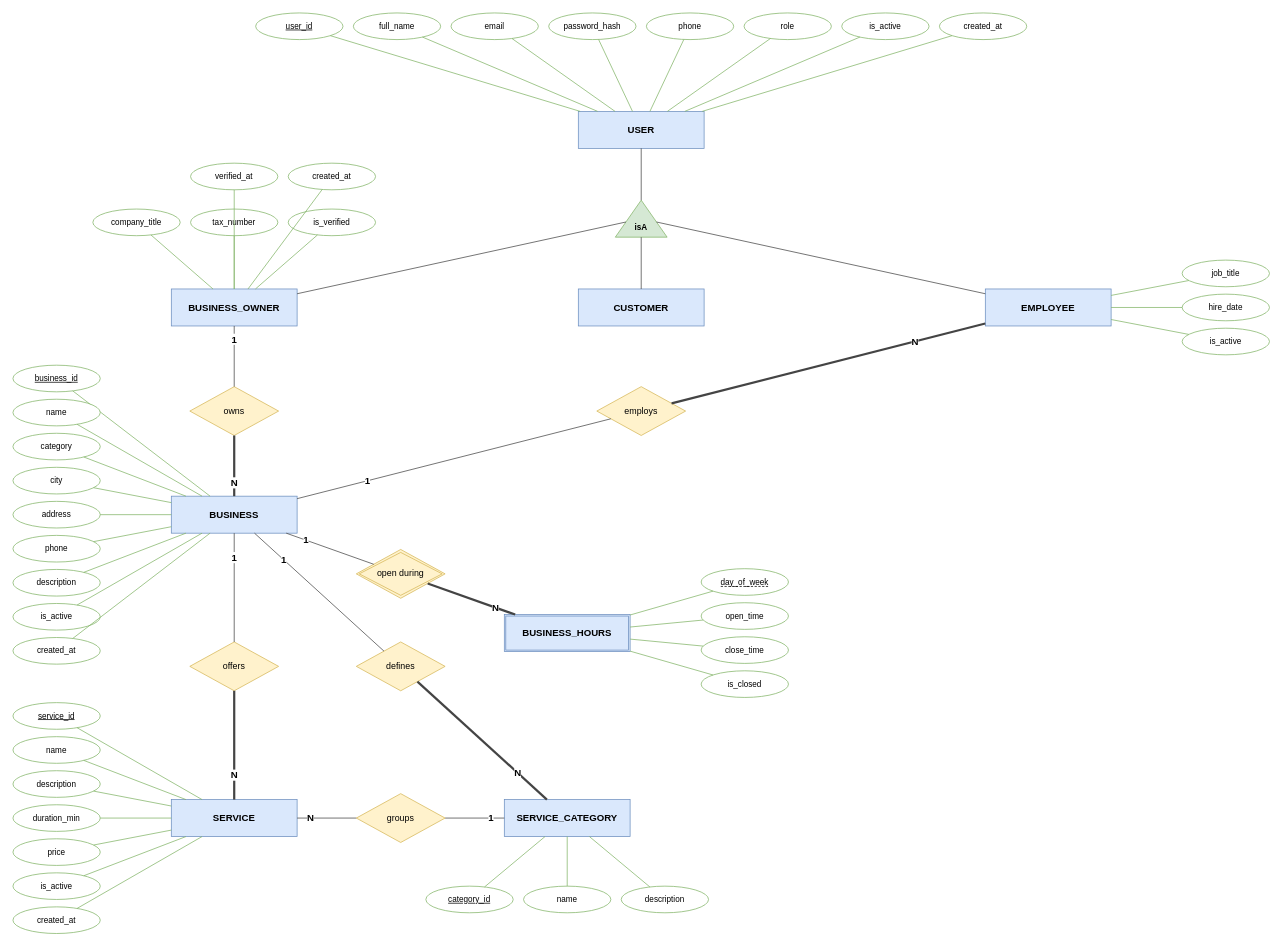
Above: page "1b Users, businesses, services" (2 of 5) of docs/milestone2/BeeBooking_ER.drawio in huseyinteeke/SmartQueueApointmentPlatform (draw.io), before the change. Source tidied: cells renumbered, new cells numbered last; positions are measured from the earlier drawing's top-left corner, leaving out a move shared by most shapes. Both pictures are drawn from the tidied source at 74%, with x=0, y=0 at pixel (13, 13).
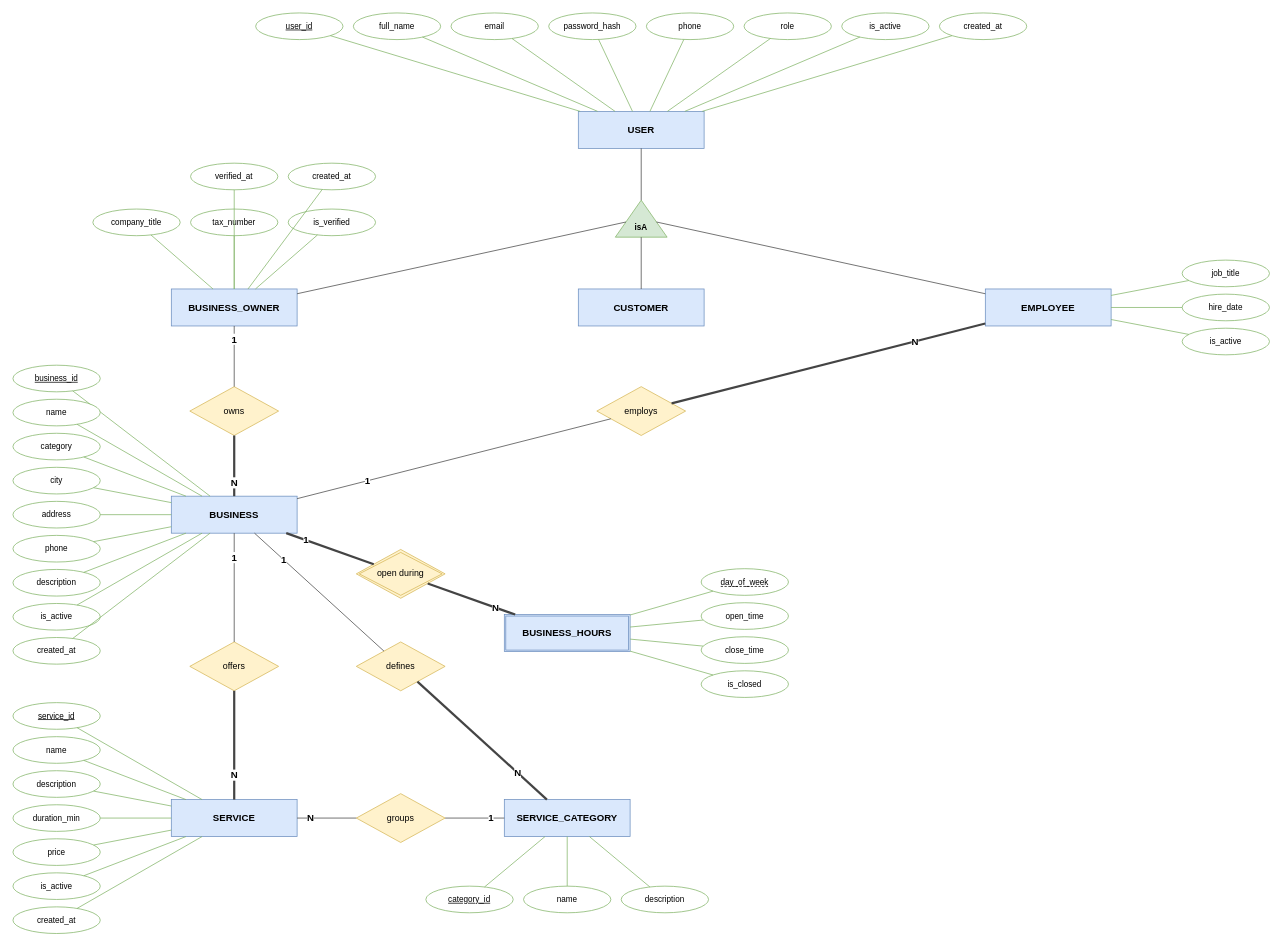
Above is the later version.

The change refers to these unchanged cells:
```xml
<mxCell id="6" value="BUSINESS" style="rounded=0;whiteSpace=wrap;html=1;fillColor=#dae8fc;strokeColor=#6c8ebf;fontStyle=1;fontSize=13;" parent="1" vertex="1">
  <mxGeometry x="214" y="653" width="170" height="50" as="geometry" />
</mxCell>
<mxCell id="91" value="open during" style="shape=rhombus;double=1;perimeter=rhombusPerimeter;whiteSpace=wrap;html=1;fillColor=#fff2cc;strokeColor=#d6b656;fontSize=12;" parent="1" vertex="1">
  <mxGeometry x="464" y="725" width="120" height="66" as="geometry" />
</mxCell>
```

The edit, as a diff of the source:
```diff
@@
-    <mxCell id="92" value="1" style="edgeStyle=none;endArrow=none;html=1;strokeColor=#444444;fontSize=13;fontStyle=1;labelBackgroundColor=#ffffff;" parent="1" edge="1" source="6" target="91">
+    <mxCell id="92" value="1" style="edgeStyle=none;endArrow=none;html=1;strokeColor=#444444;fontSize=13;fontStyle=1;labelBackgroundColor=#ffffff;strokeWidth=3;" parent="1" edge="1" source="6" target="91">
       <mxGeometry x="-0.55" relative="1" as="geometry" />
     </mxCell>
```
